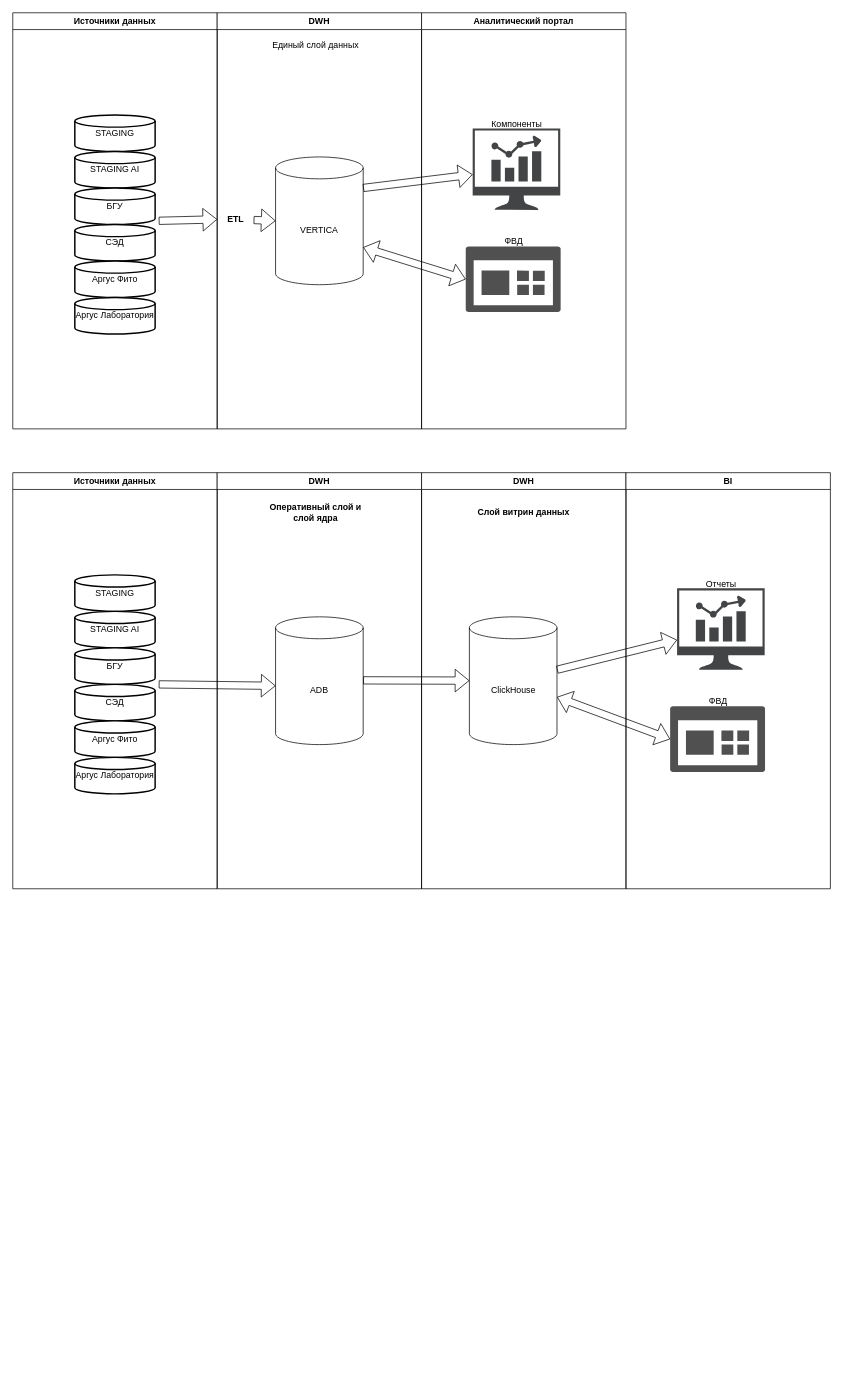
The draw.io diagram page "Страница — 5" (5 of 5) of DEV_RSHN.drawio in Neutr1-n0/draw_io, before the edit. Source tidied: cells renumbered, new cells numbered last; positions are measured from the earlier drawing's top-left corner, leaving out a move shared by most shapes. Both pictures are drawn from the tidied source at 73%, with x=0, y=0 at pixel (12, 12).
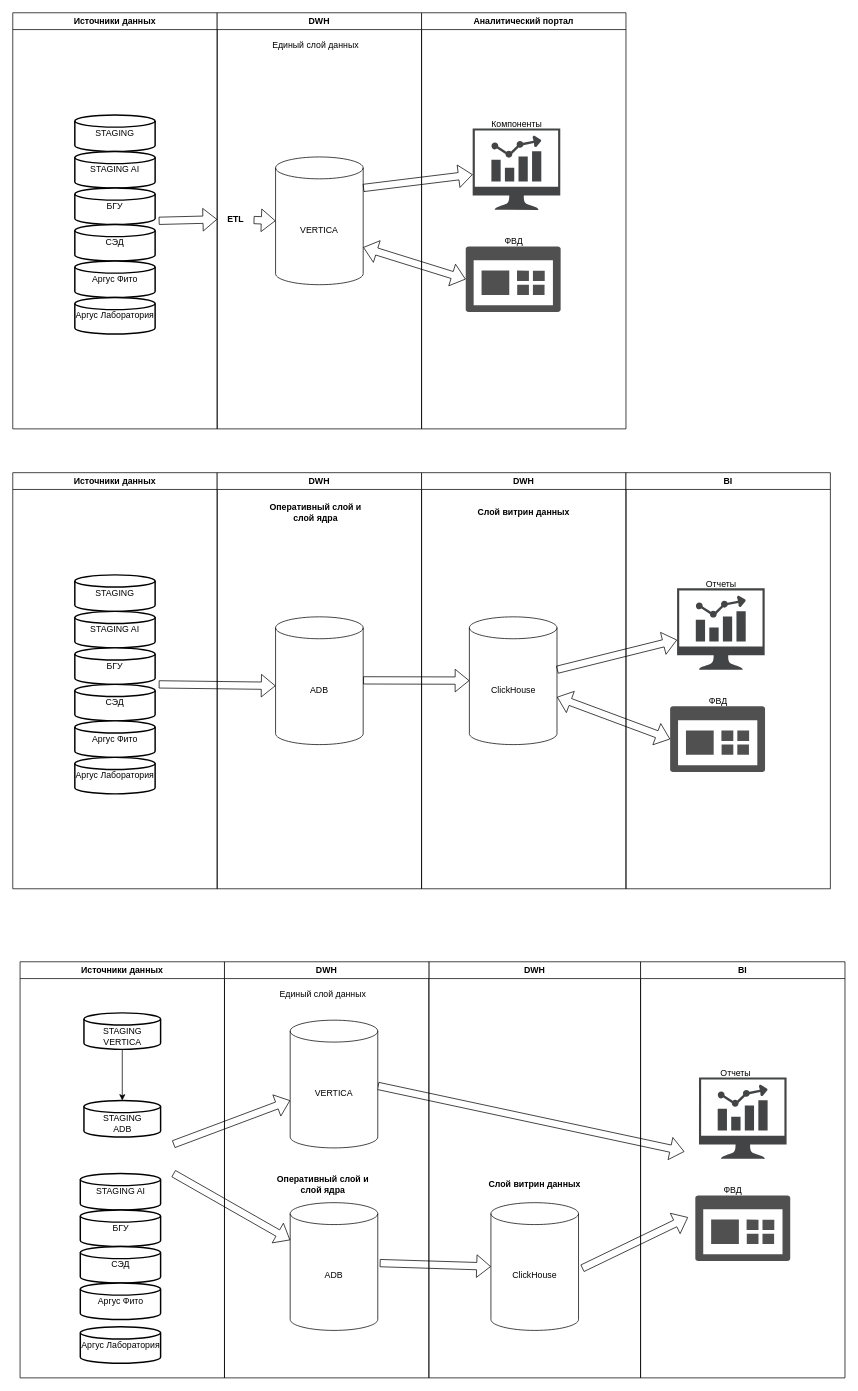
Above is the later version.

Change to the diagram source:
```diff
@@
+    <mxCell id="44" value="Источники данных" style="swimlane;whiteSpace=wrap;" parent="1" vertex="1">
+      <mxGeometry x="10" y="1300" width="280" height="570" as="geometry" />
+    </mxCell>
+    <mxCell id="45" value="&lt;div&gt;&lt;br&gt;&lt;/div&gt;STAGING&lt;div&gt;VERTICA&lt;/div&gt;" style="strokeWidth=2;html=1;shape=mxgraph.flowchart.database;whiteSpace=wrap;" parent="44" vertex="1">
+      <mxGeometry x="87.5" y="70" width="105" height="50" as="geometry" />
+    </mxCell>
+    <mxCell id="46" value="STAGING AI" style="strokeWidth=2;html=1;shape=mxgraph.flowchart.database;whiteSpace=wrap;" parent="44" vertex="1">
+      <mxGeometry x="82.5" y="290" width="110" height="50" as="geometry" />
+    </mxCell>
+    <mxCell id="47" value="БГУ" style="strokeWidth=2;html=1;shape=mxgraph.flowchart.database;whiteSpace=wrap;" parent="44" vertex="1">
+      <mxGeometry x="82.5" y="340" width="110" height="50" as="geometry" />
+    </mxCell>
+    <mxCell id="48" value="СЭД" style="strokeWidth=2;html=1;shape=mxgraph.flowchart.database;whiteSpace=wrap;" parent="44" vertex="1">
+      <mxGeometry x="82.5" y="390" width="110" height="50" as="geometry" />
+    </mxCell>
+    <mxCell id="49" value="Аргус Фито" style="strokeWidth=2;html=1;shape=mxgraph.flowchart.database;whiteSpace=wrap;" parent="44" vertex="1">
+      <mxGeometry x="82.5" y="440" width="110" height="50" as="geometry" />
+    </mxCell>
+    <mxCell id="50" value="Аргус Лаборатория" style="strokeWidth=2;html=1;shape=mxgraph.flowchart.database;whiteSpace=wrap;" parent="44" vertex="1">
+      <mxGeometry x="82.5" y="500" width="110" height="50" as="geometry" />
+    </mxCell>
+    <mxCell id="51" value="&lt;div&gt;&lt;br&gt;&lt;/div&gt;STAGING&lt;div&gt;ADB&lt;/div&gt;" style="strokeWidth=2;html=1;shape=mxgraph.flowchart.database;whiteSpace=wrap;" parent="44" vertex="1">
+      <mxGeometry x="87.5" y="190" width="105" height="50" as="geometry" />
+    </mxCell>
+    <mxCell id="52" style="edgeStyle=orthogonalEdgeStyle;rounded=0;jettySize=auto;html=1;exitX=0.5;exitY=1;exitDx=0;exitDy=0;exitPerimeter=0;entryX=0.5;entryY=0;entryDx=0;entryDy=0;entryPerimeter=0;" parent="44" edge="1" source="45" target="51">
+      <mxGeometry relative="1" as="geometry" />
+    </mxCell>
+    <mxCell id="53" style="shape=flexArrow;endArrow=classic;html=1;rounded=0;" parent="44" edge="1" target="65">
+      <mxGeometry relative="1" as="geometry">
+        <mxPoint x="210" y="250" as="sourcePoint" />
+      </mxGeometry>
+    </mxCell>
+    <mxCell id="54" value="DWH" style="swimlane;whiteSpace=wrap;" parent="1" vertex="1">
+      <mxGeometry x="570" y="1300" width="290" height="570" as="geometry" />
+    </mxCell>
+    <mxCell id="55" value="Слой витрин данных" style="text;html=1;align=center;verticalAlign=middle;whiteSpace=wrap;rounded=0;fontStyle=1;" parent="54" vertex="1">
+      <mxGeometry x="70" y="290" width="150" height="30" as="geometry" />
+    </mxCell>
+    <mxCell id="56" value="ClickHouse" style="shape=cylinder3;whiteSpace=wrap;html=1;boundedLbl=1;backgroundOutline=1;size=15;" parent="54" vertex="1">
+      <mxGeometry x="85" y="330" width="120" height="175" as="geometry" />
+    </mxCell>
+    <mxCell id="57" style="shape=flexArrow;endArrow=classic;html=1;rounded=0;" parent="54" edge="1">
+      <mxGeometry relative="1" as="geometry">
+        <mxPoint x="-70" y="170" as="sourcePoint" />
+        <mxPoint x="350" y="260" as="targetPoint" />
+      </mxGeometry>
+    </mxCell>
+    <mxCell id="58" value="BI" style="swimlane;whiteSpace=wrap;" parent="1" vertex="1">
+      <mxGeometry x="860" y="1300" width="280" height="570" as="geometry" />
+    </mxCell>
+    <mxCell id="59" style="sketch=0;shadow=0;dashed=0;html=1;strokeColor=none;fillColor=#434445;labelPosition=center;verticalLabelPosition=bottom;verticalAlign=top;align=center;shape=mxgraph.vvd.nsx_dashboard;" parent="58" vertex="1">
+      <mxGeometry x="80" y="158.4" width="120" height="111.6" as="geometry" />
+    </mxCell>
+    <mxCell id="60" style="sketch=0;shadow=0;dashed=0;html=1;strokeColor=none;labelPosition=center;verticalLabelPosition=bottom;verticalAlign=top;align=center;fillColor=#505050;shape=mxgraph.mscae.intune.dashboard;" parent="58" vertex="1">
+      <mxGeometry x="75" y="320" width="130" height="90" as="geometry" />
+    </mxCell>
+    <mxCell id="61" value="ФВД" style="text;html=1;align=center;verticalAlign=middle;strokeColor=none;fillColor=none;" parent="58" vertex="1">
+      <mxGeometry x="100.5" y="298" width="50" height="30" as="geometry" />
+    </mxCell>
+    <mxCell id="62" value="Отчеты" style="text;html=1;align=center;verticalAlign=middle;strokeColor=none;fillColor=none;" parent="58" vertex="1">
+      <mxGeometry x="100" y="138" width="60" height="30" as="geometry" />
+    </mxCell>
+    <mxCell id="63" style="shape=flexArrow;endArrow=classic;html=1;rounded=0;exitX=1.023;exitY=0.473;exitDx=0;exitDy=0;exitPerimeter=0;" parent="58" edge="1">
+      <mxGeometry relative="1" as="geometry">
+        <mxPoint x="-80" y="420" as="sourcePoint" />
+        <mxPoint x="65" y="350" as="targetPoint" />
+      </mxGeometry>
+    </mxCell>
+    <mxCell id="64" value="DWH" style="swimlane;whiteSpace=wrap;" parent="1" vertex="1">
+      <mxGeometry x="290" y="1300" width="280" height="570" as="geometry" />
+    </mxCell>
+    <mxCell id="65" value="VERTICA" style="shape=cylinder3;whiteSpace=wrap;html=1;boundedLbl=1;backgroundOutline=1;size=15;" parent="64" vertex="1">
+      <mxGeometry x="90" y="80" width="120" height="175" as="geometry" />
+    </mxCell>
+    <mxCell id="66" value="Единый слой данных" style="text;html=1;align=center;verticalAlign=middle;whiteSpace=wrap;rounded=0;" parent="64" vertex="1">
+      <mxGeometry x="60" y="30" width="150" height="30" as="geometry" />
+    </mxCell>
+    <mxCell id="67" value="ADB" style="shape=cylinder3;whiteSpace=wrap;html=1;boundedLbl=1;backgroundOutline=1;size=15;" parent="64" vertex="1">
+      <mxGeometry x="90" y="330" width="120" height="175" as="geometry" />
+    </mxCell>
+    <mxCell id="68" style="shape=flexArrow;endArrow=classic;html=1;rounded=0;entryX=0;entryY=0;entryDx=0;entryDy=51.25;entryPerimeter=0;" parent="64" edge="1" target="67">
+      <mxGeometry relative="1" as="geometry">
+        <mxPoint x="-70" y="290" as="sourcePoint" />
+      </mxGeometry>
+    </mxCell>
+    <mxCell id="69" value="Оперативный слой и слой ядра" style="text;html=1;align=center;verticalAlign=middle;whiteSpace=wrap;rounded=0;fontStyle=1;" parent="64" vertex="1">
+      <mxGeometry x="60" y="290" width="150" height="30" as="geometry" />
+    </mxCell>
+    <mxCell id="70" style="shape=flexArrow;endArrow=classic;html=1;rounded=0;exitX=1.023;exitY=0.473;exitDx=0;exitDy=0;exitPerimeter=0;entryX=0;entryY=0.5;entryDx=0;entryDy=0;entryPerimeter=0;" parent="1" edge="1" source="67" target="56">
+      <mxGeometry relative="1" as="geometry" />
+    </mxCell>
```
